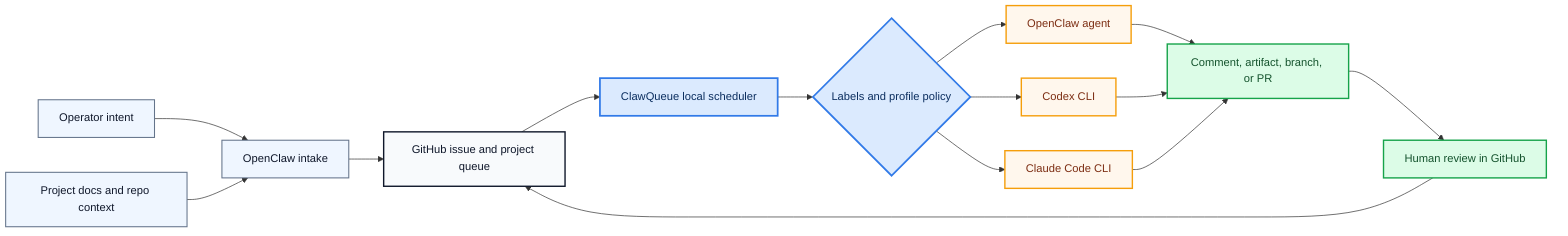
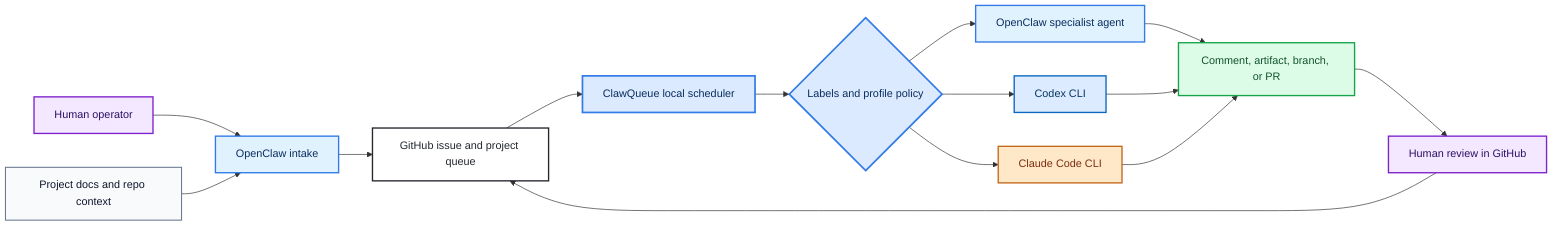
flowchart LR
-     O[Operator intent] --> I[OpenClaw intake]
-     P[Project docs and repo context] --> I
-     I --> GH[GitHub issue and project queue]
+     H[Human operator] --> OC1[OpenClaw intake]
+     P[Project docs and repo context] --> OC1
+     OC1 --> GH[GitHub issue and project queue]

    GH --> CQ[ClawQueue local scheduler]
    CQ --> R{Labels and profile policy}

-     R --> A[OpenClaw agent]
-     R --> B[Codex CLI]
-     R --> C[Claude Code CLI]
+     R --> OC2[OpenClaw specialist agent]
+     R --> COD[Codex CLI]
+     R --> CLA[Claude Code CLI]

-     A --> OUT[Comment, artifact, branch, or PR]
-     B --> OUT
-     C --> OUT
+     OC2 --> OUT[Comment, artifact, branch, or PR]
+     COD --> OUT
+     CLA --> OUT

-     OUT --> REVIEW[Human review in GitHub]
-     REVIEW --> GH
+     OUT --> HR[Human review in GitHub]
+     HR --> GH

-     classDef context fill:#EFF6FF,stroke:#64748B,stroke-width:1.5px,color:#0F172A;
-     classDef github fill:#F8FAFC,stroke:#0F172A,stroke-width:2px,color:#0F172A;
+     classDef human fill:#F3E8FF,stroke:#7E22CE,stroke-width:2px,color:#2E1065;
+     classDef context fill:#F8FAFC,stroke:#64748B,stroke-width:1.5px,color:#0F172A;
+     classDef openclaw fill:#E0F2FE,stroke:#317AE8,stroke-width:2px,color:#0B2E5F;
+     classDef github fill:#FFFFFF,stroke:#24292F,stroke-width:2px,color:#24292F;
    classDef cq fill:#DBEAFE,stroke:#317AE8,stroke-width:2.5px,color:#0B2E5F;
-     classDef runner fill:#FFF7ED,stroke:#F59E0B,stroke-width:2px,color:#7C2D12;
-     classDef review fill:#DCFCE7,stroke:#16A34A,stroke-width:2px,color:#14532D;
+     classDef codex fill:#DCEBFF,stroke:#0A66C2,stroke-width:2px,color:#073763;
+     classDef claude fill:#FFE8C7,stroke:#C46A1D,stroke-width:2px,color:#7C2D12;
+     classDef output fill:#DCFCE7,stroke:#16A34A,stroke-width:2px,color:#14532D;

-     class O,P,I context;
+     class H,HR human;
+     class P context;
+     class OC1,OC2 openclaw;
    class GH github;
    class CQ,R cq;
-     class A,B,C runner;
-     class OUT,REVIEW review;
+     class COD codex;
+     class CLA claude;
+     class OUT output;
